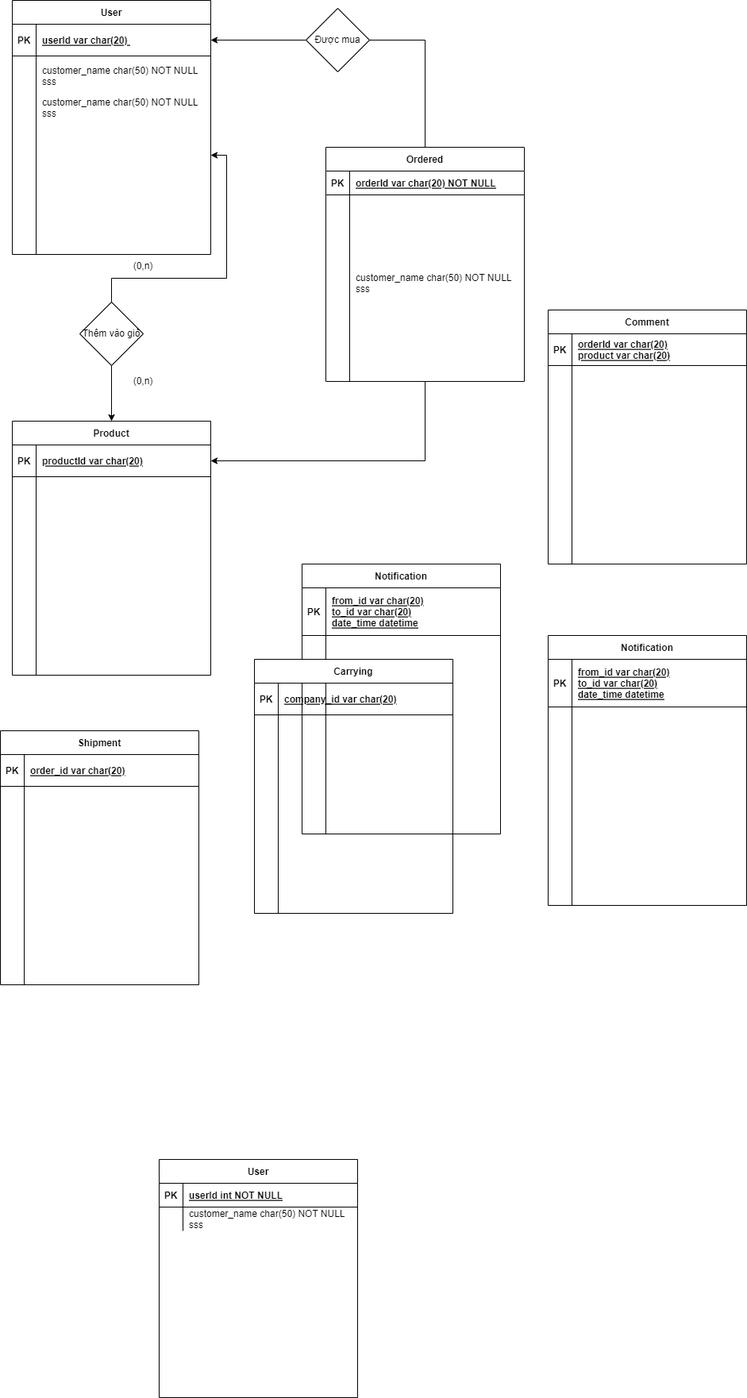
The draw.io diagram ER-model.drawio.png in ndphong812/intro2software-project, before a commit. Source tidied: cells renumbered, new cells last; positions are measured from the earlier drawing's top-left corner, leaving out a move shared by most shapes.
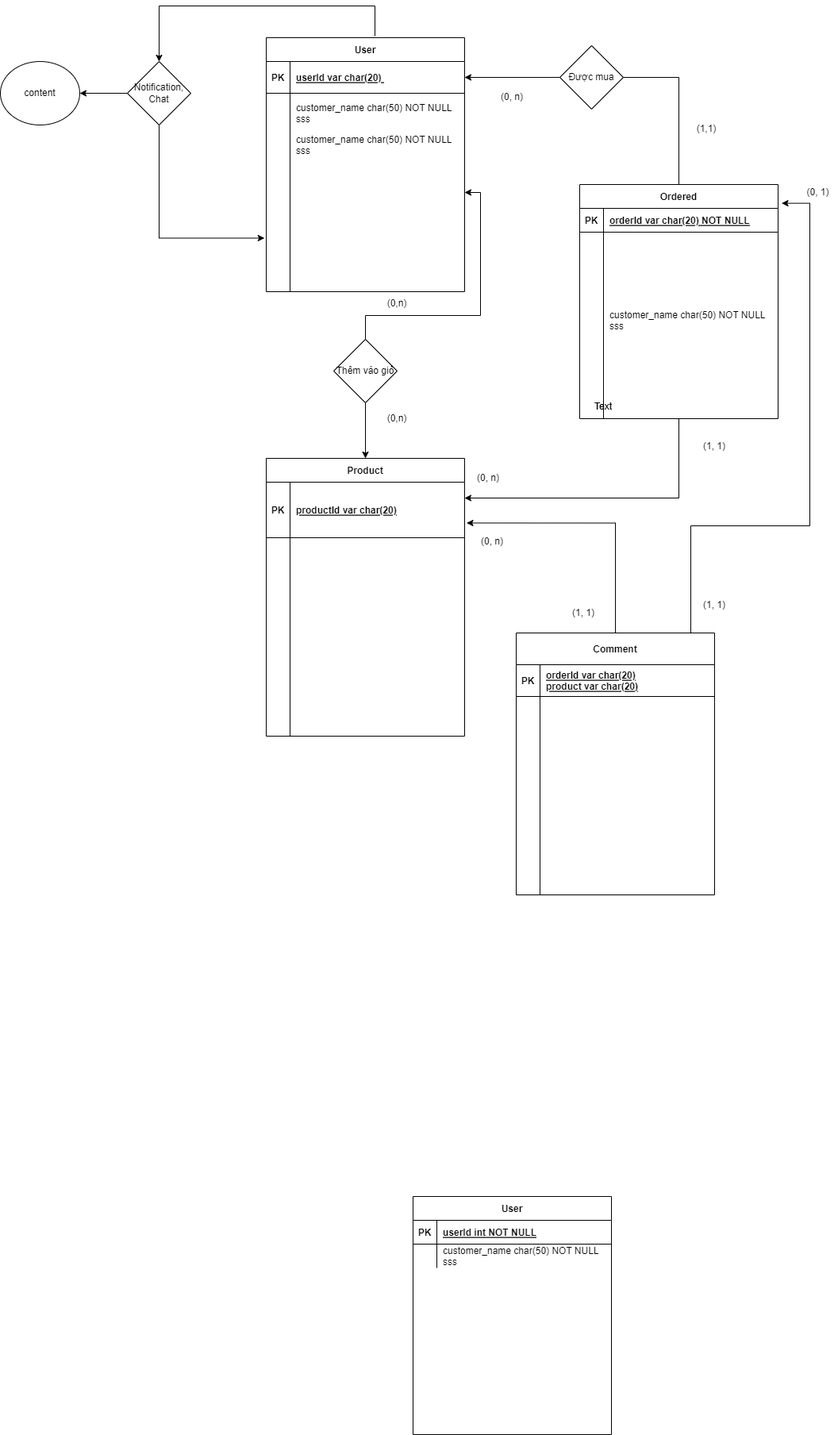
Above is the later version.

What changed in the source:
```diff
@@ -2,6 +2,14 @@
   <root>
     <mxCell id="0" />
     <mxCell id="1" parent="0" />
+    <mxCell id="75" style="edgeStyle=orthogonalEdgeStyle;rounded=0;jettySize=auto;html=1;exitX=0.548;exitY=-0.006;exitDx=0;exitDy=0;exitPerimeter=0;entryX=0.5;entryY=0;entryDx=0;entryDy=0;" parent="1" edge="1" source="2" target="90">
+      <mxGeometry relative="1" as="geometry">
+        <Array as="points">
+          <mxPoint x="152" y="-40" />
+          <mxPoint x="-120" y="-40" />
+        </Array>
+      </mxGeometry>
+    </mxCell>
     <mxCell id="2" value="User" style="shape=table;startSize=30;rowLines=0;fontStyle=1;align=center;" parent="1" vertex="1">
       <mxGeometry x="15" width="250" height="320" as="geometry" />
     </mxCell>
@@ -48,7 +56,11 @@
       <mxGeometry x="30" width="220" height="30" as="geometry" />
     </mxCell>
     <mxCell id="17" style="edgeStyle=orthogonalEdgeStyle;rounded=0;jettySize=auto;html=1;" parent="1" edge="1" source="19" target="28">
-      <mxGeometry relative="1" as="geometry" />
+      <mxGeometry relative="1" as="geometry">
+        <Array as="points">
+          <mxPoint x="535" y="580" />
+        </Array>
+      </mxGeometry>
     </mxCell>
     <mxCell id="18" style="edgeStyle=orthogonalEdgeStyle;rounded=0;jettySize=auto;html=1;entryX=1;entryY=0.5;entryDx=0;entryDy=0;" parent="1" edge="1" source="19" target="3">
       <mxGeometry relative="1" as="geometry" />
@@ -78,19 +90,19 @@
       <mxGeometry x="45" y="120" width="220" height="30" as="geometry" />
     </mxCell>
     <mxCell id="27" value="Product" style="shape=table;startSize=30;rowLines=0;fontStyle=1;align=center;" parent="1" vertex="1">
-      <mxGeometry x="15" y="530" width="250" height="320" as="geometry" />
+      <mxGeometry x="15" y="530" width="250" height="350" as="geometry" />
     </mxCell>
     <mxCell id="28" style="shape=partialRectangle;fillColor=none;points=[[0,0.5],[1,0.5]];portConstraint=eastwest;top=0;left=0;right=0;bottom=1;" parent="27" vertex="1">
-      <mxGeometry y="30" width="250" height="40" as="geometry" />
+      <mxGeometry y="30" width="250" height="70" as="geometry" />
     </mxCell>
     <mxCell id="29" value="PK" style="shape=partialRectangle;overflow=hidden;fillColor=none;top=0;left=0;bottom=0;right=0;fontStyle=1;" parent="28" vertex="1">
-      <mxGeometry width="30" height="40" as="geometry" />
+      <mxGeometry width="30" height="70" as="geometry" />
     </mxCell>
     <mxCell id="30" value="productId var char(20) " style="shape=partialRectangle;overflow=hidden;fillColor=none;top=0;left=0;bottom=0;right=0;align=left;spacingLeft=6;fontStyle=5;" parent="28" vertex="1">
-      <mxGeometry x="30" width="220" height="40" as="geometry" />
+      <mxGeometry x="30" width="220" height="70" as="geometry" />
     </mxCell>
     <mxCell id="31" style="shape=partialRectangle;fillColor=none;top=0;left=0;right=0;bottom=0;" parent="27" vertex="1">
-      <mxGeometry y="70" width="250" height="250" as="geometry" />
+      <mxGeometry y="100" width="250" height="250" as="geometry" />
     </mxCell>
     <mxCell id="32" style="shape=partialRectangle;overflow=hidden;fillColor=none;top=0;left=0;bottom=0;right=0;" parent="31" vertex="1">
       <mxGeometry width="30" height="250" as="geometry" />
@@ -98,32 +110,23 @@
     <mxCell id="33" style="shape=partialRectangle;overflow=hidden;fillColor=none;top=0;left=0;bottom=0;right=0;align=left;spacingLeft=6;" parent="31" vertex="1">
       <mxGeometry x="30" width="220" height="250" as="geometry" />
     </mxCell>
-    <mxCell id="34" value="Notification" style="shape=table;startSize=30;rowLines=0;fontStyle=1;align=center;" parent="1" vertex="1">
-      <mxGeometry x="380" y="710" width="250" height="340" as="geometry" />
-    </mxCell>
-    <mxCell id="35" style="shape=partialRectangle;fillColor=none;top=0;left=0;right=0;bottom=1;" parent="34" vertex="1">
-      <mxGeometry y="30" width="250" height="60" as="geometry" />
-    </mxCell>
-    <mxCell id="36" value="PK" style="shape=partialRectangle;overflow=hidden;fillColor=none;top=0;left=0;bottom=0;right=0;fontStyle=1;" parent="35" vertex="1">
-      <mxGeometry width="30" height="60" as="geometry" />
-    </mxCell>
-    <mxCell id="37" value="from_id var char(20)&#10;to_id var char(20)&#10;date_time datetime" style="shape=partialRectangle;overflow=hidden;fillColor=none;top=0;left=0;bottom=0;right=0;align=left;spacingLeft=6;fontStyle=5;" parent="35" vertex="1">
-      <mxGeometry x="30" width="220" height="60" as="geometry" />
-    </mxCell>
-    <mxCell id="38" style="shape=partialRectangle;fillColor=none;top=0;left=0;right=0;bottom=0;" parent="34" vertex="1">
-      <mxGeometry y="90" width="250" height="250" as="geometry" />
-    </mxCell>
-    <mxCell id="39" style="shape=partialRectangle;overflow=hidden;fillColor=none;top=0;left=0;bottom=0;right=0;" parent="38" vertex="1">
-      <mxGeometry width="30" height="250" as="geometry" />
-    </mxCell>
-    <mxCell id="40" style="shape=partialRectangle;overflow=hidden;fillColor=none;top=0;left=0;bottom=0;right=0;align=left;spacingLeft=6;" parent="38" vertex="1">
-      <mxGeometry x="30" width="220" height="250" as="geometry" />
-    </mxCell>
+    <mxCell id="76" style="edgeStyle=orthogonalEdgeStyle;rounded=0;jettySize=auto;html=1;entryX=1.01;entryY=0.735;entryDx=0;entryDy=0;entryPerimeter=0;" parent="1" edge="1" source="41" target="28">
+      <mxGeometry relative="1" as="geometry" />
+    </mxCell>
+    <mxCell id="77" style="edgeStyle=orthogonalEdgeStyle;rounded=0;jettySize=auto;html=1;entryX=1.018;entryY=0.08;entryDx=0;entryDy=0;entryPerimeter=0;" parent="1" edge="1" source="41" target="19">
+      <mxGeometry relative="1" as="geometry">
+        <Array as="points">
+          <mxPoint x="550" y="615" />
+          <mxPoint x="700" y="615" />
+          <mxPoint x="700" y="209" />
+        </Array>
+      </mxGeometry>
+    </mxCell>
-    <mxCell id="41" value="Comment" style="shape=table;startSize=30;rowLines=0;fontStyle=1;align=center;" parent="1" vertex="1">
-      <mxGeometry x="690" y="390" width="250" height="320" as="geometry" />
+    <mxCell id="41" value="Comment" style="shape=table;startSize=40;rowLines=0;fontStyle=1;align=center;" parent="1" vertex="1">
+      <mxGeometry x="330" y="750" width="250" height="330" as="geometry" />
     </mxCell>
     <mxCell id="42" style="shape=partialRectangle;fillColor=none;top=0;left=0;right=0;bottom=1;" parent="41" vertex="1">
-      <mxGeometry y="30" width="250" height="40" as="geometry" />
+      <mxGeometry y="40" width="250" height="40" as="geometry" />
     </mxCell>
     <mxCell id="43" value="PK" style="shape=partialRectangle;overflow=hidden;fillColor=none;top=0;left=0;bottom=0;right=0;fontStyle=1;" parent="42" vertex="1">
       <mxGeometry width="30" height="40" as="geometry" />
@@ -132,7 +135,7 @@
       <mxGeometry x="30" width="220" height="40" as="geometry" />
     </mxCell>
     <mxCell id="45" style="shape=partialRectangle;fillColor=none;top=0;left=0;right=0;bottom=0;" parent="41" vertex="1">
-      <mxGeometry y="70" width="250" height="250" as="geometry" />
+      <mxGeometry y="80" width="250" height="250" as="geometry" />
     </mxCell>
     <mxCell id="46" style="shape=partialRectangle;overflow=hidden;fillColor=none;top=0;left=0;bottom=0;right=0;" parent="45" vertex="1">
       <mxGeometry width="30" height="250" as="geometry" />
@@ -140,69 +143,6 @@
     <mxCell id="47" style="shape=partialRectangle;overflow=hidden;fillColor=none;top=0;left=0;bottom=0;right=0;align=left;spacingLeft=6;" parent="45" vertex="1">
       <mxGeometry x="30" width="220" height="250" as="geometry" />
     </mxCell>
-    <mxCell id="48" value="Shipment" style="shape=table;startSize=30;rowLines=0;fontStyle=1;align=center;" parent="1" vertex="1">
-      <mxGeometry y="920" width="250" height="320" as="geometry" />
-    </mxCell>
-    <mxCell id="49" style="shape=partialRectangle;fillColor=none;top=0;left=0;right=0;bottom=1;" parent="48" vertex="1">
-      <mxGeometry y="30" width="250" height="40" as="geometry" />
-    </mxCell>
-    <mxCell id="50" value="PK" style="shape=partialRectangle;overflow=hidden;fillColor=none;top=0;left=0;bottom=0;right=0;fontStyle=1;" parent="49" vertex="1">
-      <mxGeometry width="30" height="40" as="geometry" />
-    </mxCell>
-    <mxCell id="51" value="order_id var char(20) " style="shape=partialRectangle;overflow=hidden;fillColor=none;top=0;left=0;bottom=0;right=0;align=left;spacingLeft=6;fontStyle=5;" parent="49" vertex="1">
-      <mxGeometry x="30" width="220" height="40" as="geometry" />
-    </mxCell>
-    <mxCell id="52" style="shape=partialRectangle;fillColor=none;top=0;left=0;right=0;bottom=0;" parent="48" vertex="1">
-      <mxGeometry y="70" width="250" height="250" as="geometry" />
-    </mxCell>
-    <mxCell id="53" style="shape=partialRectangle;overflow=hidden;fillColor=none;top=0;left=0;bottom=0;right=0;" parent="52" vertex="1">
-      <mxGeometry width="30" height="250" as="geometry" />
-    </mxCell>
-    <mxCell id="54" style="shape=partialRectangle;overflow=hidden;fillColor=none;top=0;left=0;bottom=0;right=0;align=left;spacingLeft=6;" parent="52" vertex="1">
-      <mxGeometry x="30" width="220" height="250" as="geometry" />
-    </mxCell>
-    <mxCell id="55" value="Carrying" style="shape=table;startSize=30;rowLines=0;fontStyle=1;align=center;" parent="1" vertex="1">
-      <mxGeometry x="320" y="830" width="250" height="320" as="geometry" />
-    </mxCell>
-    <mxCell id="56" style="shape=partialRectangle;fillColor=none;top=0;left=0;right=0;bottom=1;" parent="55" vertex="1">
-      <mxGeometry y="30" width="250" height="40" as="geometry" />
-    </mxCell>
-    <mxCell id="57" value="PK" style="shape=partialRectangle;overflow=hidden;fillColor=none;top=0;left=0;bottom=0;right=0;fontStyle=1;" parent="56" vertex="1">
-      <mxGeometry width="30" height="40" as="geometry" />
-    </mxCell>
-    <mxCell id="58" value="company_id var char(20)" style="shape=partialRectangle;overflow=hidden;fillColor=none;top=0;left=0;bottom=0;right=0;align=left;spacingLeft=6;fontStyle=5;" parent="56" vertex="1">
-      <mxGeometry x="30" width="220" height="40" as="geometry" />
-    </mxCell>
-    <mxCell id="59" style="shape=partialRectangle;fillColor=none;top=0;left=0;right=0;bottom=0;" parent="55" vertex="1">
-      <mxGeometry y="70" width="250" height="250" as="geometry" />
-    </mxCell>
-    <mxCell id="60" style="shape=partialRectangle;overflow=hidden;fillColor=none;top=0;left=0;bottom=0;right=0;" parent="59" vertex="1">
-      <mxGeometry width="30" height="250" as="geometry" />
-    </mxCell>
-    <mxCell id="61" style="shape=partialRectangle;overflow=hidden;fillColor=none;top=0;left=0;bottom=0;right=0;align=left;spacingLeft=6;" parent="59" vertex="1">
-      <mxGeometry x="30" width="220" height="250" as="geometry" />
-    </mxCell>
-    <mxCell id="62" value="Notification" style="shape=table;startSize=30;rowLines=0;fontStyle=1;align=center;" parent="1" vertex="1">
-      <mxGeometry x="690" y="800" width="250" height="340" as="geometry" />
-    </mxCell>
-    <mxCell id="63" style="shape=partialRectangle;fillColor=none;top=0;left=0;right=0;bottom=1;" parent="62" vertex="1">
-      <mxGeometry y="30" width="250" height="60" as="geometry" />
-    </mxCell>
-    <mxCell id="64" value="PK" style="shape=partialRectangle;overflow=hidden;fillColor=none;top=0;left=0;bottom=0;right=0;fontStyle=1;" parent="63" vertex="1">
-      <mxGeometry width="30" height="60" as="geometry" />
-    </mxCell>
-    <mxCell id="65" value="from_id var char(20)&#10;to_id var char(20)&#10;date_time datetime" style="shape=partialRectangle;overflow=hidden;fillColor=none;top=0;left=0;bottom=0;right=0;align=left;spacingLeft=6;fontStyle=5;" parent="63" vertex="1">
-      <mxGeometry x="30" width="220" height="60" as="geometry" />
-    </mxCell>
-    <mxCell id="66" style="shape=partialRectangle;fillColor=none;top=0;left=0;right=0;bottom=0;" parent="62" vertex="1">
-      <mxGeometry y="90" width="250" height="250" as="geometry" />
-    </mxCell>
-    <mxCell id="67" style="shape=partialRectangle;overflow=hidden;fillColor=none;top=0;left=0;bottom=0;right=0;" parent="66" vertex="1">
-      <mxGeometry width="30" height="250" as="geometry" />
-    </mxCell>
-    <mxCell id="68" style="shape=partialRectangle;overflow=hidden;fillColor=none;top=0;left=0;bottom=0;right=0;align=left;spacingLeft=6;" parent="66" vertex="1">
-      <mxGeometry x="30" width="220" height="250" as="geometry" />
-    </mxCell>
     <mxCell id="69" style="endArrow=classic;html=1;rounded=0;entryX=0.5;entryY=0;entryDx=0;entryDy=0;exitX=0.5;exitY=1;exitDx=0;exitDy=0;" parent="1" edge="1" source="72" target="27">
       <mxGeometry relative="1" as="geometry" />
     </mxCell>
@@ -221,5 +161,51 @@
     <mxCell id="74" value="Được mua" style="rhombus;whiteSpace=wrap;html=1;" parent="1" vertex="1">
       <mxGeometry x="385" y="10" width="80" height="80" as="geometry" />
     </mxCell>
+    <mxCell id="78" value="(1,1)" style="text;html=1;strokeColor=none;fillColor=none;align=center;verticalAlign=middle;whiteSpace=wrap;rounded=0;" parent="1" vertex="1">
+      <mxGeometry x="540" y="100" width="60" height="30" as="geometry" />
+    </mxCell>
+    <mxCell id="79" value="(0, n)" style="text;html=1;strokeColor=none;fillColor=none;align=center;verticalAlign=middle;whiteSpace=wrap;rounded=0;" parent="1" vertex="1">
+      <mxGeometry x="295" y="60" width="60" height="30" as="geometry" />
+    </mxCell>
+    <mxCell id="80" value="(1, 1)" style="text;html=1;strokeColor=none;fillColor=none;align=center;verticalAlign=middle;whiteSpace=wrap;rounded=0;" parent="1" vertex="1">
+      <mxGeometry x="550" y="500" width="60" height="30" as="geometry" />
+    </mxCell>
+    <mxCell id="81" value="(0, n)" style="text;html=1;strokeColor=none;fillColor=none;align=center;verticalAlign=middle;whiteSpace=wrap;rounded=0;" parent="1" vertex="1">
+      <mxGeometry x="265" y="540" width="60" height="30" as="geometry" />
+    </mxCell>
+    <mxCell id="82" value="Text" style="text;html=1;strokeColor=none;fillColor=none;align=center;verticalAlign=middle;whiteSpace=wrap;rounded=0;" parent="1" vertex="1">
+      <mxGeometry x="410" y="450" width="60" height="30" as="geometry" />
+    </mxCell>
+    <mxCell id="83" value="Text" style="text;html=1;strokeColor=none;fillColor=none;align=center;verticalAlign=middle;whiteSpace=wrap;rounded=0;" parent="1" vertex="1">
+      <mxGeometry x="410" y="450" width="60" height="30" as="geometry" />
+    </mxCell>
+    <mxCell id="84" value="(0, 1)" style="text;html=1;align=center;verticalAlign=middle;strokeColor=none;fillColor=none;" parent="1" vertex="1">
+      <mxGeometry x="685" y="180" width="50" height="30" as="geometry" />
+    </mxCell>
+    <mxCell id="85" value="(1, 1)" style="text;html=1;strokeColor=none;fillColor=none;align=center;verticalAlign=middle;whiteSpace=wrap;rounded=0;" parent="1" vertex="1">
+      <mxGeometry x="550" y="700" width="60" height="30" as="geometry" />
+    </mxCell>
+    <mxCell id="86" value="(0, n)" style="text;html=1;strokeColor=none;fillColor=none;align=center;verticalAlign=middle;whiteSpace=wrap;rounded=0;" parent="1" vertex="1">
+      <mxGeometry x="270" y="620" width="60" height="30" as="geometry" />
+    </mxCell>
+    <mxCell id="87" value="(1, 1)" style="text;html=1;strokeColor=none;fillColor=none;align=center;verticalAlign=middle;whiteSpace=wrap;rounded=0;" parent="1" vertex="1">
+      <mxGeometry x="385" y="710" width="60" height="30" as="geometry" />
+    </mxCell>
+    <mxCell id="88" style="edgeStyle=orthogonalEdgeStyle;rounded=0;jettySize=auto;html=1;entryX=-0.009;entryY=0.73;entryDx=0;entryDy=0;entryPerimeter=0;" parent="1" edge="1" source="90" target="6">
+      <mxGeometry relative="1" as="geometry">
+        <Array as="points">
+          <mxPoint x="-120" y="253" />
+        </Array>
+      </mxGeometry>
+    </mxCell>
+    <mxCell id="89" style="edgeStyle=orthogonalEdgeStyle;rounded=0;jettySize=auto;html=1;entryX=1;entryY=0.5;entryDx=0;entryDy=0;" parent="1" edge="1" source="90" target="91">
+      <mxGeometry relative="1" as="geometry" />
+    </mxCell>
+    <mxCell id="90" value="Notification, Chat" style="rhombus;whiteSpace=wrap;html=1;" parent="1" vertex="1">
+      <mxGeometry x="-160" y="30" width="80" height="80" as="geometry" />
+    </mxCell>
+    <mxCell id="91" value="content" style="ellipse;whiteSpace=wrap;html=1;" parent="1" vertex="1">
+      <mxGeometry x="-320" y="30" width="100" height="80" as="geometry" />
+    </mxCell>
   </root>
 </mxGraphModel>
```
